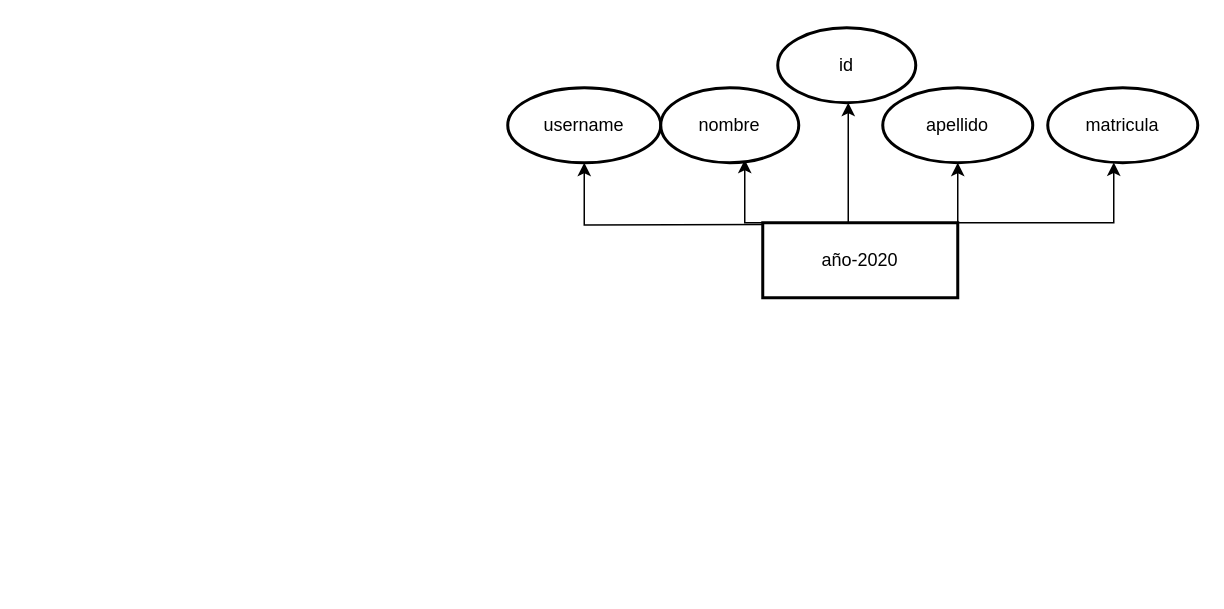
This is Diagrama sin título.drawio from arcv1337/arcv1337, a draw.io file, before an edit. Source tidied: cells renumbered, new cells numbered last; positions are measured from the earlier drawing's top-left corner, leaving out a move shared by most shapes. Both pictures are drawn from the tidied source at 150%, with x=0, y=0 at pixel (507, 27).
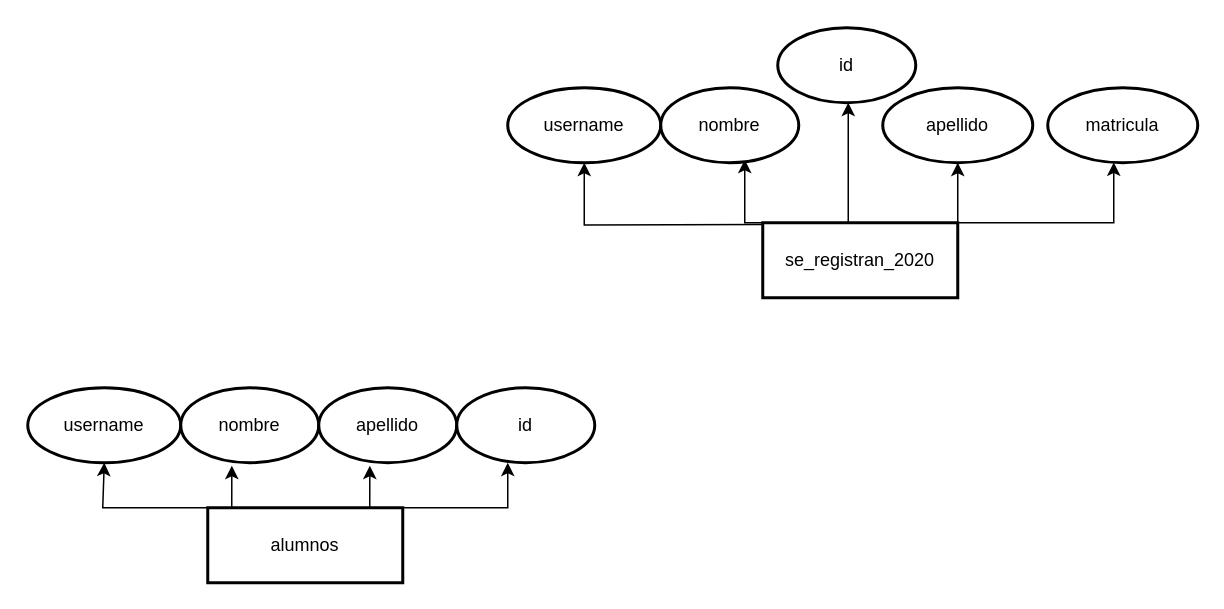
After the change.

The edit, as a diff of the source:
```diff
@@
-    <mxCell id="7" value="año-2020" style="rounded=0;whiteSpace=wrap;html=1;strokeWidth=2;" parent="1" vertex="1">
+    <mxCell id="7" value="se_registran_2020" style="rounded=0;whiteSpace=wrap;html=1;strokeWidth=2;" parent="1" vertex="1">
       <mxGeometry x="170" y="130" width="130" height="50" as="geometry" />
     </mxCell>
@@
+    <mxCell id="13" style="edgeStyle=orthogonalEdgeStyle;rounded=0;jettySize=auto;html=1;exitX=0;exitY=0;exitDx=0;exitDy=0;entryX=0.5;entryY=1;entryDx=0;entryDy=0;" parent="1" edge="1" source="16" target="17">
+      <mxGeometry relative="1" as="geometry">
+        <Array as="points">
+          <mxPoint x="-270" y="320" />
+        </Array>
+      </mxGeometry>
+    </mxCell>
+    <mxCell id="14" style="edgeStyle=orthogonalEdgeStyle;rounded=0;jettySize=auto;html=1;exitX=0.25;exitY=0;exitDx=0;exitDy=0;entryX=0.37;entryY=1.04;entryDx=0;entryDy=0;entryPerimeter=0;" parent="1" edge="1" source="16" target="18">
+      <mxGeometry relative="1" as="geometry" />
+    </mxCell>
+    <mxCell id="15" style="edgeStyle=orthogonalEdgeStyle;rounded=0;jettySize=auto;html=1;exitX=1;exitY=0;exitDx=0;exitDy=0;" parent="1" edge="1" source="16">
+      <mxGeometry relative="1" as="geometry">
+        <mxPoint y="290" as="targetPoint" />
+        <Array as="points">
+          <mxPoint y="320" />
+        </Array>
+      </mxGeometry>
+    </mxCell>
+    <mxCell id="16" value="alumnos" style="rounded=0;whiteSpace=wrap;html=1;strokeWidth=2;" parent="1" vertex="1">
+      <mxGeometry x="-200" y="320" width="130" height="50" as="geometry" />
+    </mxCell>
+    <mxCell id="17" value="username" style="ellipse;whiteSpace=wrap;html=1;strokeWidth=2;" parent="1" vertex="1">
+      <mxGeometry x="-320" y="240" width="102" height="50" as="geometry" />
+    </mxCell>
+    <mxCell id="18" value="nombre" style="ellipse;whiteSpace=wrap;html=1;strokeWidth=2;" parent="1" vertex="1">
+      <mxGeometry x="-218" y="240" width="92" height="50" as="geometry" />
+    </mxCell>
+    <mxCell id="19" style="edgeStyle=orthogonalEdgeStyle;rounded=0;jettySize=auto;html=1;exitX=0.25;exitY=0;exitDx=0;exitDy=0;entryX=0.37;entryY=1.04;entryDx=0;entryDy=0;entryPerimeter=0;" parent="1" edge="1" target="20">
+      <mxGeometry relative="1" as="geometry">
+        <mxPoint x="-75.5" y="320" as="sourcePoint" />
+      </mxGeometry>
+    </mxCell>
+    <mxCell id="20" value="apellido" style="ellipse;whiteSpace=wrap;html=1;strokeWidth=2;" parent="1" vertex="1">
+      <mxGeometry x="-126" y="240" width="92" height="50" as="geometry" />
+    </mxCell>
+    <mxCell id="21" value="id" style="ellipse;whiteSpace=wrap;html=1;strokeWidth=2;" parent="1" vertex="1">
+      <mxGeometry x="-34" y="240" width="92" height="50" as="geometry" />
+    </mxCell>
```
